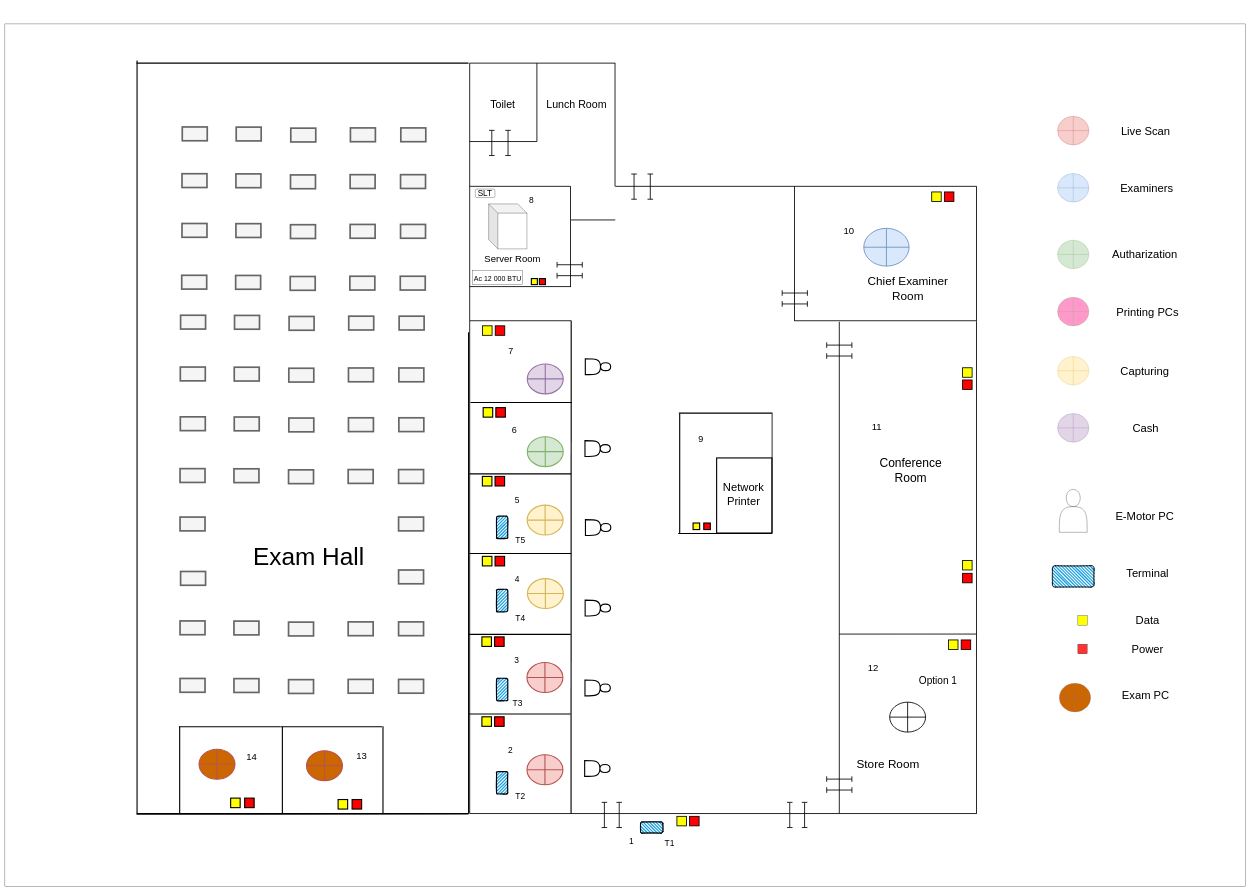
Above: mullaitivu exam alternate.drawio in thushan-harshajeewa/dmt-diagrams (draw.io), before the change. Source tidied: cells renumbered, new cells numbered last; positions are measured from the earlier drawing's top-left corner, leaving out a move shared by most shapes. Both pictures are drawn from the tidied source at 28%, with x=0, y=0 at pixel (5, 24).
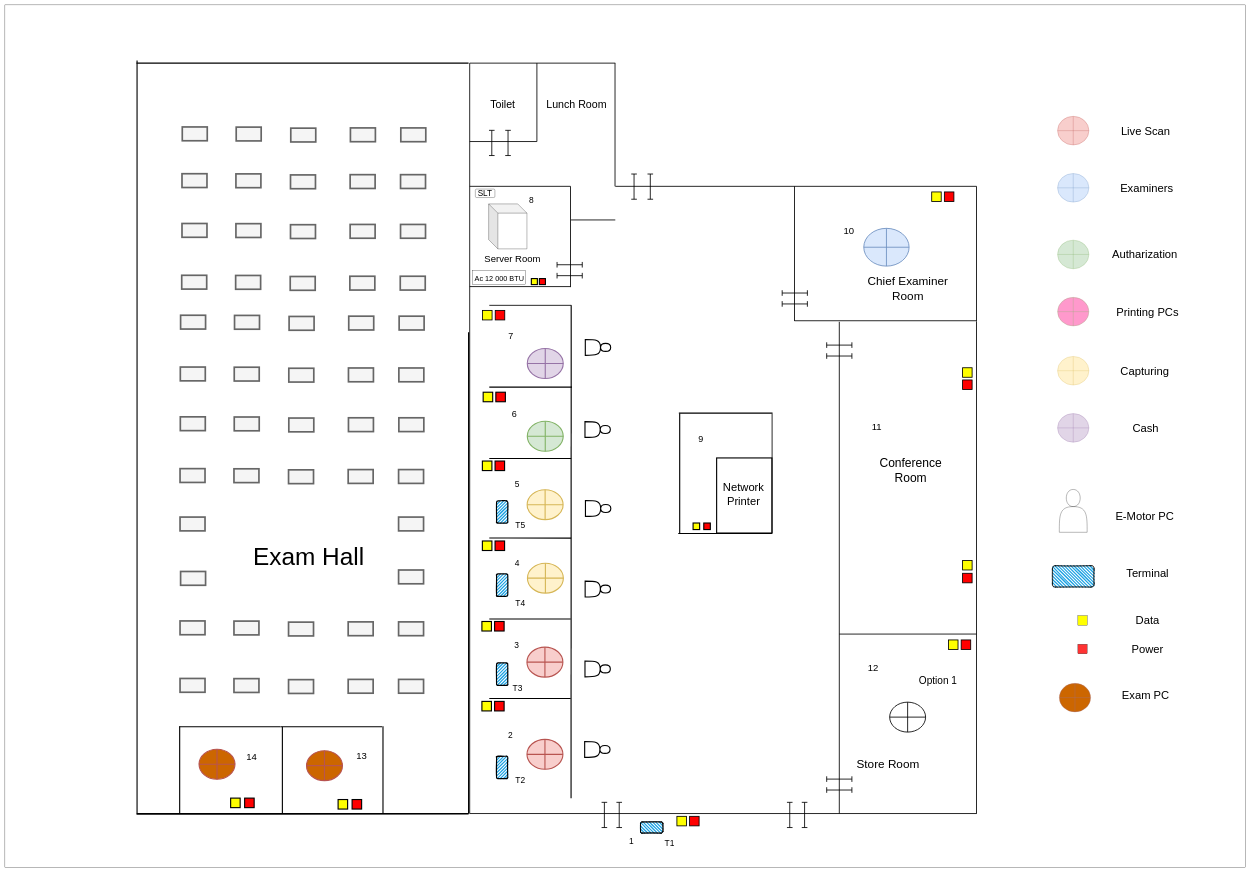
After the change.

What changed in the source:
```diff
@@
     <mxCell id="2" style="rounded=0;whiteSpace=wrap;html=1;" parent="1" vertex="1">
-      <mxGeometry width="4430" height="3080" as="geometry" />
+      <mxGeometry y="-68" width="4430" height="3080" as="geometry" />
     </mxCell>
@@
     <mxCell id="14" style="endArrow=none;html=1;strokeWidth=4;" parent="1" edge="1">
       <mxGeometry relative="1" as="geometry">
-        <mxPoint x="2022" y="2820" as="sourcePoint" />
-        <mxPoint x="2022.5" y="1060" as="targetPoint" />
+        <mxPoint x="2022" y="2765" as="sourcePoint" />
+        <mxPoint x="2022.5" y="1005" as="targetPoint" />
       </mxGeometry>
     </mxCell>
     <mxCell id="15" style="endArrow=none;html=1;strokeWidth=4;" parent="1" edge="1">
       <mxGeometry relative="1" as="geometry">
-        <mxPoint x="1660" y="1891.4" as="sourcePoint" />
-        <mxPoint x="2022.5" y="1891.4" as="targetPoint" />
+        <mxPoint x="1730" y="1836" as="sourcePoint" />
+        <mxPoint x="2022.5" y="1836.4" as="targetPoint" />
       </mxGeometry>
     </mxCell>
     <mxCell id="16" style="endArrow=none;html=1;strokeWidth=4;" parent="1" edge="1">
       <mxGeometry relative="1" as="geometry">
-        <mxPoint x="1660" y="1607.1" as="sourcePoint" />
-        <mxPoint x="2022.5" y="1607.1" as="targetPoint" />
+        <mxPoint x="1730" y="1552" as="sourcePoint" />
+        <mxPoint x="2022.5" y="1552.1" as="targetPoint" />
       </mxGeometry>
     </mxCell>
     <mxCell id="17" style="rounded=0;whiteSpace=wrap;html=1;fillColor=#FFFF00;strokeWidth=4;" parent="1" vertex="1">
-      <mxGeometry x="1705.3" y="1616.1" width="34" height="34" as="geometry" />
+      <mxGeometry x="1705.3" y="1561.1" width="34" height="34" as="geometry" />
     </mxCell>
     <mxCell id="18" style="rounded=0;whiteSpace=wrap;html=1;fillColor=#FF0000;strokeWidth=4;" parent="1" vertex="1">
-      <mxGeometry x="1750.6" y="1616.1" width="34" height="34" as="geometry" />
+      <mxGeometry x="1750.6" y="1561.1" width="34" height="34" as="geometry" />
     </mxCell>
     <mxCell id="19" style="rounded=0;whiteSpace=wrap;html=1;fillColor=#FFFF00;strokeWidth=4;" parent="1" vertex="1">
-      <mxGeometry x="1705.3" y="1901.6" width="34" height="34" as="geometry" />
+      <mxGeometry x="1705.3" y="1846.6" width="34" height="34" as="geometry" />
     </mxCell>
     <mxCell id="20" style="rounded=0;whiteSpace=wrap;html=1;fillColor=#FF0000;strokeWidth=4;" parent="1" vertex="1">
-      <mxGeometry x="1750.6" y="1901.6" width="34" height="34" as="geometry" />
+      <mxGeometry x="1750.6" y="1846.6" width="34" height="34" as="geometry" />
     </mxCell>
     <mxCell id="21" style="shape=actor;whiteSpace=wrap;html=1;direction=south;strokeWidth=4;" parent="1" vertex="1">
-      <mxGeometry x="2073.4" y="1770.2" width="90.6" height="56.6" as="geometry" />
+      <mxGeometry x="2073.4" y="1702.2" width="90.6" height="56.6" as="geometry" />
     </mxCell>
     <mxCell id="22" style="shape=actor;whiteSpace=wrap;html=1;direction=south;strokeWidth=4;" parent="1" vertex="1">
-      <mxGeometry x="2072.3" y="2057.9" width="90.6" height="56.6" as="geometry" />
+      <mxGeometry x="2072.3" y="1989.9" width="90.6" height="56.6" as="geometry" />
     </mxCell>
     <mxCell id="23" value="&lt;font style=&quot;font-size: 30px;&quot;&gt;5&lt;/font&gt;" style="text;html=1;align=center;verticalAlign=middle;whiteSpace=wrap;rounded=0;strokeWidth=4;" parent="1" vertex="1">
-      <mxGeometry x="1795.9" y="1682.5" width="68" height="34" as="geometry" />
+      <mxGeometry x="1795.9" y="1627.5" width="68" height="34" as="geometry" />
     </mxCell>
     <mxCell id="24" value="&lt;font style=&quot;font-size: 30px;&quot;&gt;4&lt;/font&gt;" style="text;html=1;align=center;verticalAlign=middle;whiteSpace=wrap;rounded=0;strokeWidth=4;" parent="1" vertex="1">
-      <mxGeometry x="1795.9" y="1964" width="68" height="34" as="geometry" />
+      <mxGeometry x="1795.9" y="1909" width="68" height="34" as="geometry" />
     </mxCell>
     <mxCell id="25" style="endArrow=none;html=1;strokeWidth=4;" parent="1" edge="1">
       <mxGeometry relative="1" as="geometry">
-        <mxPoint x="1662.8" y="1352.2" as="sourcePoint" />
-        <mxPoint x="2025.3" y="1352.2" as="targetPoint" />
+        <mxPoint x="1730" y="1297" as="sourcePoint" />
+        <mxPoint x="2025.3" y="1297.2" as="targetPoint" />
       </mxGeometry>
     </mxCell>
     <mxCell id="26" style="rounded=0;whiteSpace=wrap;html=1;fillColor=#FFFF00;strokeWidth=4;" parent="1" vertex="1">
-      <mxGeometry x="1708.1" y="1370.3" width="34" height="34" as="geometry" />
+      <mxGeometry x="1708.1" y="1315.3" width="34" height="34" as="geometry" />
     </mxCell>
     <mxCell id="27" style="rounded=0;whiteSpace=wrap;html=1;fillColor=#FF0000;strokeWidth=4;" parent="1" vertex="1">
-      <mxGeometry x="1753.4" y="1370.3" width="34" height="34" as="geometry" />
+      <mxGeometry x="1753.4" y="1315.3" width="34" height="34" as="geometry" />
     </mxCell>
     <mxCell id="28" style="shape=actor;whiteSpace=wrap;html=1;direction=south;strokeWidth=4;" parent="1" vertex="1">
-      <mxGeometry x="2071.7" y="1488.1" width="90.6" height="56.6" as="geometry" />
+      <mxGeometry x="2071.7" y="1420.1" width="90.6" height="56.6" as="geometry" />
     </mxCell>
     <mxCell id="29" value="&lt;font style=&quot;font-size: 32px;&quot;&gt;6&lt;/font&gt;" style="text;html=1;align=center;verticalAlign=middle;whiteSpace=wrap;rounded=0;strokeWidth=4;" parent="1" vertex="1">
-      <mxGeometry x="1786.3" y="1431.5" width="68" height="34" as="geometry" />
+      <mxGeometry x="1786.3" y="1376.5" width="68" height="34" as="geometry" />
     </mxCell>
     <mxCell id="30" style="endArrow=none;html=1;strokeWidth=3;" parent="1" edge="1">
       <mxGeometry relative="1" as="geometry">
-        <mxPoint x="1660.6" y="1060" as="sourcePoint" />
-        <mxPoint x="2023" y="1060" as="targetPoint" />
+        <mxPoint x="1730" y="1005" as="sourcePoint" />
+        <mxPoint x="2023" y="1005" as="targetPoint" />
       </mxGeometry>
     </mxCell>
     <mxCell id="31" style="rounded=0;whiteSpace=wrap;html=1;fillColor=#FFFF00;strokeWidth=3;" parent="1" vertex="1">
-      <mxGeometry x="1705.9" y="1078.1" width="34" height="34" as="geometry" />
+      <mxGeometry x="1705.9" y="1023.1" width="34" height="34" as="geometry" />
     </mxCell>
     <mxCell id="32" style="rounded=0;whiteSpace=wrap;html=1;fillColor=#FF0000;strokeWidth=3;" parent="1" vertex="1">
-      <mxGeometry x="1751.2" y="1078.1" width="34" height="34" as="geometry" />
+      <mxGeometry x="1751.2" y="1023.1" width="34" height="34" as="geometry" />
     </mxCell>
     <mxCell id="33" style="shape=actor;whiteSpace=wrap;html=1;direction=south;strokeWidth=4;" parent="1" vertex="1">
-      <mxGeometry x="2072.9" y="1195.9" width="90.6" height="56.6" as="geometry" />
+      <mxGeometry x="2072.9" y="1126.9" width="90.6" height="56.6" as="geometry" />
     </mxCell>
     <mxCell id="34" value="&lt;font style=&quot;font-size: 32px;&quot;&gt;7&lt;/font&gt;" style="text;html=1;align=center;verticalAlign=middle;whiteSpace=wrap;rounded=0;strokeWidth=4;" parent="1" vertex="1">
-      <mxGeometry x="1773.3" y="1151.9" width="68" height="34" as="geometry" />
+      <mxGeometry x="1773.3" y="1096.9" width="68" height="34" as="geometry" />
     </mxCell>
     <mxCell id="35" style="endArrow=none;html=1;strokeWidth=4;" parent="1" edge="1">
       <mxGeometry relative="1" as="geometry">
-        <mxPoint x="1658.3" y="2464.3" as="sourcePoint" />
-        <mxPoint x="2020.8" y="2464.3" as="targetPoint" />
+        <mxPoint x="1730" y="2409" as="sourcePoint" />
+        <mxPoint x="2020.8" y="2409.3" as="targetPoint" />
       </mxGeometry>
     </mxCell>
     <mxCell id="36" style="endArrow=none;html=1;strokeWidth=4;" parent="1" edge="1">
       <mxGeometry relative="1" as="geometry">
-        <mxPoint x="1658.3" y="2180" as="sourcePoint" />
-        <mxPoint x="2020.8" y="2180" as="targetPoint" />
+        <mxPoint x="1730" y="2125" as="sourcePoint" />
+        <mxPoint x="2020.8" y="2125" as="targetPoint" />
       </mxGeometry>
     </mxCell>
     <mxCell id="37" style="rounded=0;whiteSpace=wrap;html=1;fillColor=#FFFF00;strokeWidth=4;" parent="1" vertex="1">
-      <mxGeometry x="1703.6" y="2189.1" width="34" height="34" as="geometry" />
+      <mxGeometry x="1703.6" y="2134.1" width="34" height="34" as="geometry" />
     </mxCell>
     <mxCell id="38" style="rounded=0;whiteSpace=wrap;html=1;fillColor=#FF0000;strokeWidth=4;" parent="1" vertex="1">
-      <mxGeometry x="1748.9" y="2189.1" width="34" height="34" as="geometry" />
+      <mxGeometry x="1748.9" y="2134.1" width="34" height="34" as="geometry" />
     </mxCell>
     <mxCell id="39" style="rounded=0;whiteSpace=wrap;html=1;fillColor=#FFFF00;strokeWidth=4;" parent="1" vertex="1">
-      <mxGeometry x="1703.6" y="2474.5" width="34" height="34" as="geometry" />
+      <mxGeometry x="1703.6" y="2419.5" width="34" height="34" as="geometry" />
     </mxCell>
     <mxCell id="40" style="rounded=0;whiteSpace=wrap;html=1;fillColor=#FF0000;strokeWidth=4;" parent="1" vertex="1">
-      <mxGeometry x="1748.9" y="2474.5" width="34" height="34" as="geometry" />
+      <mxGeometry x="1748.9" y="2419.5" width="34" height="34" as="geometry" />
     </mxCell>
     <mxCell id="41" style="shape=actor;whiteSpace=wrap;html=1;direction=south;strokeWidth=4;" parent="1" vertex="1">
-      <mxGeometry x="2071.7" y="2343.1" width="90.6" height="56.6" as="geometry" />
+      <mxGeometry x="2071.7" y="2275.1" width="90.6" height="56.6" as="geometry" />
     </mxCell>
     <mxCell id="42" style="shape=actor;whiteSpace=wrap;html=1;direction=south;strokeWidth=4;" parent="1" vertex="1">
-      <mxGeometry x="2070.6" y="2630.8" width="90.6" height="56.6" as="geometry" />
+      <mxGeometry x="2070.6" y="2562.8" width="90.6" height="56.6" as="geometry" />
     </mxCell>
     <mxCell id="43" value="&lt;font style=&quot;font-size: 30px;&quot;&gt;3&lt;/font&gt;" style="text;html=1;align=center;verticalAlign=middle;whiteSpace=wrap;rounded=0;strokeWidth=4;" parent="1" vertex="1">
-      <mxGeometry x="1794.2" y="2254.5" width="68" height="34" as="geometry" />
+      <mxGeometry x="1794.2" y="2199.5" width="68" height="34" as="geometry" />
     </mxCell>
     <mxCell id="44" value="&lt;font style=&quot;font-size: 30px;&quot;&gt;2&lt;/font&gt;" style="text;html=1;align=center;verticalAlign=middle;whiteSpace=wrap;rounded=0;strokeWidth=4;" parent="1" vertex="1">
-      <mxGeometry x="1772.2" y="2576" width="68" height="34" as="geometry" />
+      <mxGeometry x="1772.2" y="2521" width="68" height="34" as="geometry" />
     </mxCell>
     <mxCell id="45" style="rounded=1;whiteSpace=wrap;html=1;strokeWidth=4;fillWeight=4;hachureGap=8;hachureAngle=45;fillColor=#1ba1e2;sketch=1;direction=south;" parent="1" vertex="1">
-      <mxGeometry x="1755.9" y="2670" width="40" height="80" as="geometry" />
+      <mxGeometry x="1755.9" y="2615" width="40" height="80" as="geometry" />
     </mxCell>
     <mxCell id="46" style="rounded=1;whiteSpace=wrap;html=1;strokeWidth=4;fillWeight=4;hachureGap=8;hachureAngle=45;fillColor=#1ba1e2;sketch=1;direction=south;" parent="1" vertex="1">
-      <mxGeometry x="1755.9" y="2337.1" width="40" height="80" as="geometry" />
+      <mxGeometry x="1755.9" y="2282.1" width="40" height="80" as="geometry" />
     </mxCell>
     <mxCell id="47" style="rounded=1;whiteSpace=wrap;html=1;strokeWidth=4;fillWeight=4;hachureGap=8;hachureAngle=45;fillColor=#1ba1e2;sketch=1;direction=south;" parent="1" vertex="1">
-      <mxGeometry x="1755.9" y="2019.2" width="40" height="80" as="geometry" />
+      <mxGeometry x="1755.9" y="1964.2" width="40" height="80" as="geometry" />
     </mxCell>
     <mxCell id="48" style="rounded=1;whiteSpace=wrap;html=1;strokeWidth=4;fillWeight=4;hachureGap=8;hachureAngle=45;fillColor=#1ba1e2;sketch=1;direction=south;" parent="1" vertex="1">
-      <mxGeometry x="1755.9" y="1757.8" width="40" height="80" as="geometry" />
+      <mxGeometry x="1755.9" y="1702.8" width="40" height="80" as="geometry" />
     </mxCell>
@@
     <mxCell id="79" style="group;" parent="1" vertex="1">
-      <mxGeometry x="1864.5" y="1214.3" width="130" height="1439.7" as="geometry" />
+      <mxGeometry x="1864.5" y="1159.3" width="130" height="1439.7" as="geometry" />
     </mxCell>
@@
     <mxCell id="101" value="&lt;font style=&quot;font-size: 30px;&quot;&gt;T2&lt;/font&gt;" style="text;html=1;align=center;verticalAlign=middle;whiteSpace=wrap;rounded=0;strokeWidth=4;" parent="1" vertex="1">
-      <mxGeometry x="1806.9" y="2740" width="68" height="34" as="geometry" />
+      <mxGeometry x="1806.9" y="2685" width="68" height="34" as="geometry" />
     </mxCell>
     <mxCell id="102" value="&lt;font style=&quot;font-size: 30px;&quot;&gt;T3&lt;/font&gt;" style="text;html=1;align=center;verticalAlign=middle;whiteSpace=wrap;rounded=0;strokeWidth=4;" parent="1" vertex="1">
-      <mxGeometry x="1796.6" y="2410" width="68" height="34" as="geometry" />
+      <mxGeometry x="1796.6" y="2355" width="68" height="34" as="geometry" />
     </mxCell>
     <mxCell id="103" value="&lt;font style=&quot;font-size: 30px;&quot;&gt;T4&lt;/font&gt;" style="text;html=1;align=center;verticalAlign=middle;whiteSpace=wrap;rounded=0;strokeWidth=4;" parent="1" vertex="1">
-      <mxGeometry x="1806.9" y="2106" width="68" height="34" as="geometry" />
+      <mxGeometry x="1806.9" y="2051" width="68" height="34" as="geometry" />
     </mxCell>
     <mxCell id="104" value="&lt;font style=&quot;font-size: 30px;&quot;&gt;T5&lt;/font&gt;" style="text;html=1;align=center;verticalAlign=middle;whiteSpace=wrap;rounded=0;strokeWidth=4;" parent="1" vertex="1">
-      <mxGeometry x="1806.9" y="1826.8" width="68" height="34" as="geometry" />
+      <mxGeometry x="1806.9" y="1771.8" width="68" height="34" as="geometry" />
     </mxCell>
@@
     <mxCell id="134" style="rounded=0;whiteSpace=wrap;html=1;direction=south;" parent="1" vertex="1">
-      <mxGeometry x="1670" y="880" width="179.4" height="51.6" as="geometry" />
+      <mxGeometry x="1670" y="880" width="190" height="51.6" as="geometry" />
     </mxCell>
-    <mxCell id="135" value="&lt;font style=&quot;font-size: 25px;&quot;&gt;Ac 12 000 BTU&lt;/font&gt;" style="text;html=1;align=center;verticalAlign=middle;whiteSpace=wrap;rounded=0;rotation=0;strokeWidth=2;" parent="1" vertex="1">
-      <mxGeometry x="1662.9" y="903.7" width="194.1" height="8.6" as="geometry" />
+    <mxCell id="135" value="&lt;font style=&quot;font-size: 26px;&quot;&gt;Ac 12 000 BTU&lt;/font&gt;" style="text;html=1;align=center;verticalAlign=middle;whiteSpace=wrap;rounded=0;rotation=0;strokeWidth=2;" parent="1" vertex="1">
+      <mxGeometry x="1668.9" y="903.7" width="194.1" height="8.6" as="geometry" />
     </mxCell>
```
